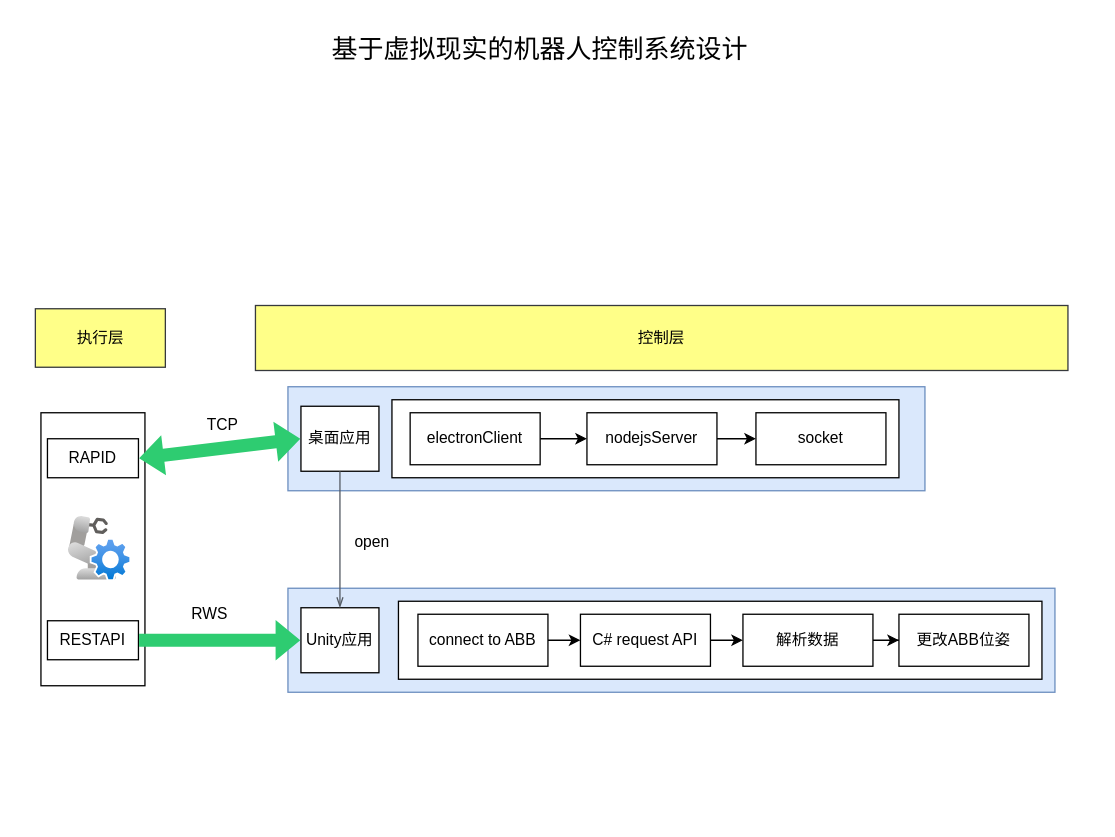
The draw.io diagram page "第 11 页" (11 of 12) of 未命名绘图.drawio in yyy-router/drawio, before the edit. Source tidied: cells renumbered, new cells numbered last; positions are measured from the earlier drawing's top-left corner, leaving out a move shared by most shapes. Both pictures are drawn from the tidied source at 130%, with x=0, y=0 at pixel (22, 22).
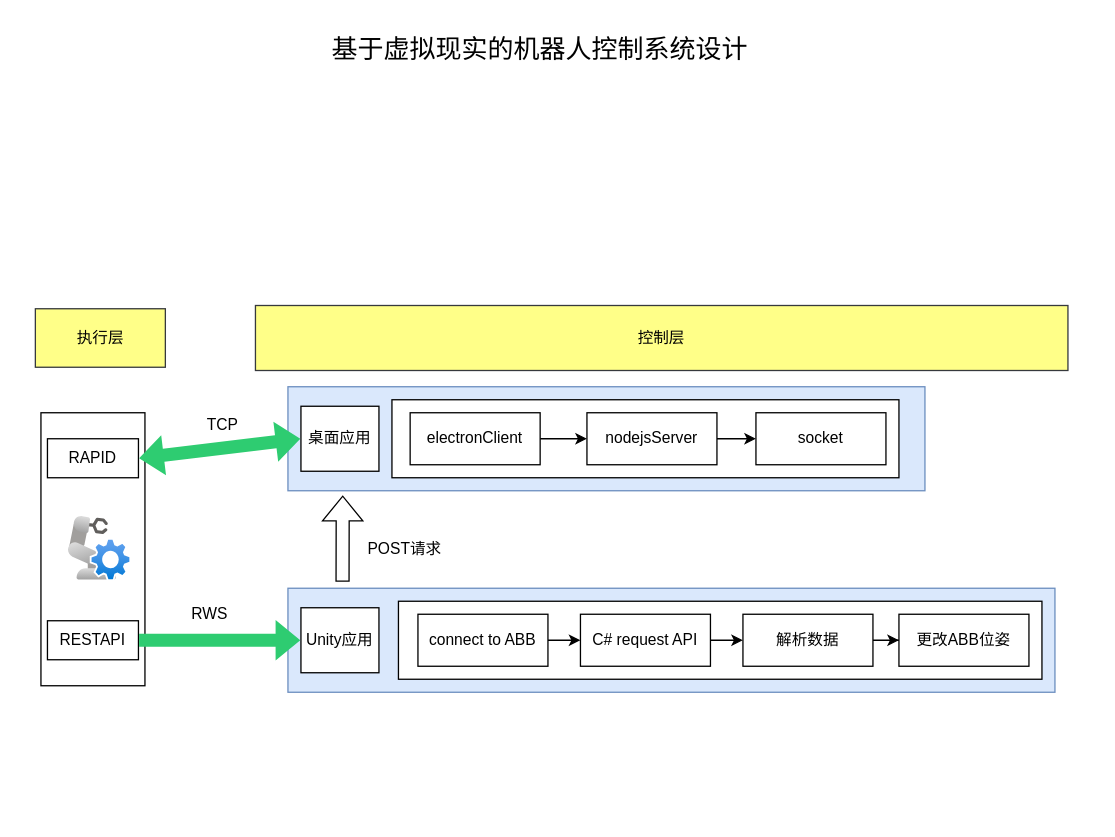
The same diagram, later.

Commit message:
更新未命名绘图.drawio

The change refers to these unchanged cells:
```xml
<mxCell id="3" style="rounded=0;whiteSpace=wrap;html=1;fillColor=#dae8fc;strokeColor=#6c8ebf;" parent="1" vertex="1">
  <mxGeometry x="204" y="280" width="490" height="80" as="geometry" />
</mxCell>
<mxCell id="13" value="桌面应用" style="rounded=0;whiteSpace=wrap;html=1;" parent="1" vertex="1">
  <mxGeometry x="214" y="295" width="60" height="50" as="geometry" />
</mxCell>
<mxCell id="16" value="Unity应用" style="rounded=0;whiteSpace=wrap;html=1;" parent="1" vertex="1">
  <mxGeometry x="214" y="450" width="60" height="50" as="geometry" />
</mxCell>
```

Diff of the diagram source:
```diff
@@
-    <mxCell id="29" style="edgeStyle=orthogonalEdgeStyle;html=1;endArrow=none;elbow=vertical;startArrow=openThin;startFill=0;strokeColor=#545B64;rounded=0;entryX=0.5;entryY=1;entryDx=0;entryDy=0;exitX=0.5;exitY=0;exitDx=0;exitDy=0;" parent="1" edge="1" source="16" target="13">
-      <mxGeometry relative="1" as="geometry" />
-    </mxCell>
-    <mxCell id="30" value="open" style="text;html=1;align=center;verticalAlign=middle;whiteSpace=wrap;rounded=0;" parent="1" vertex="1">
-      <mxGeometry x="249" y="390" width="40" height="20" as="geometry" />
-    </mxCell>
@@
+    <mxCell id="34" style="shape=flexArrow;endArrow=classic;html=1;rounded=0;entryX=0.086;entryY=1.046;entryDx=0;entryDy=0;entryPerimeter=0;" parent="1" edge="1" target="3">
+      <mxGeometry relative="1" as="geometry">
+        <mxPoint x="246" y="430" as="sourcePoint" />
+      </mxGeometry>
+    </mxCell>
+    <mxCell id="35" value="POST请求" style="text;html=1;align=center;verticalAlign=middle;whiteSpace=wrap;rounded=0;" parent="1" vertex="1">
+      <mxGeometry x="264" y="390" width="60" height="30" as="geometry" />
+    </mxCell>
```
